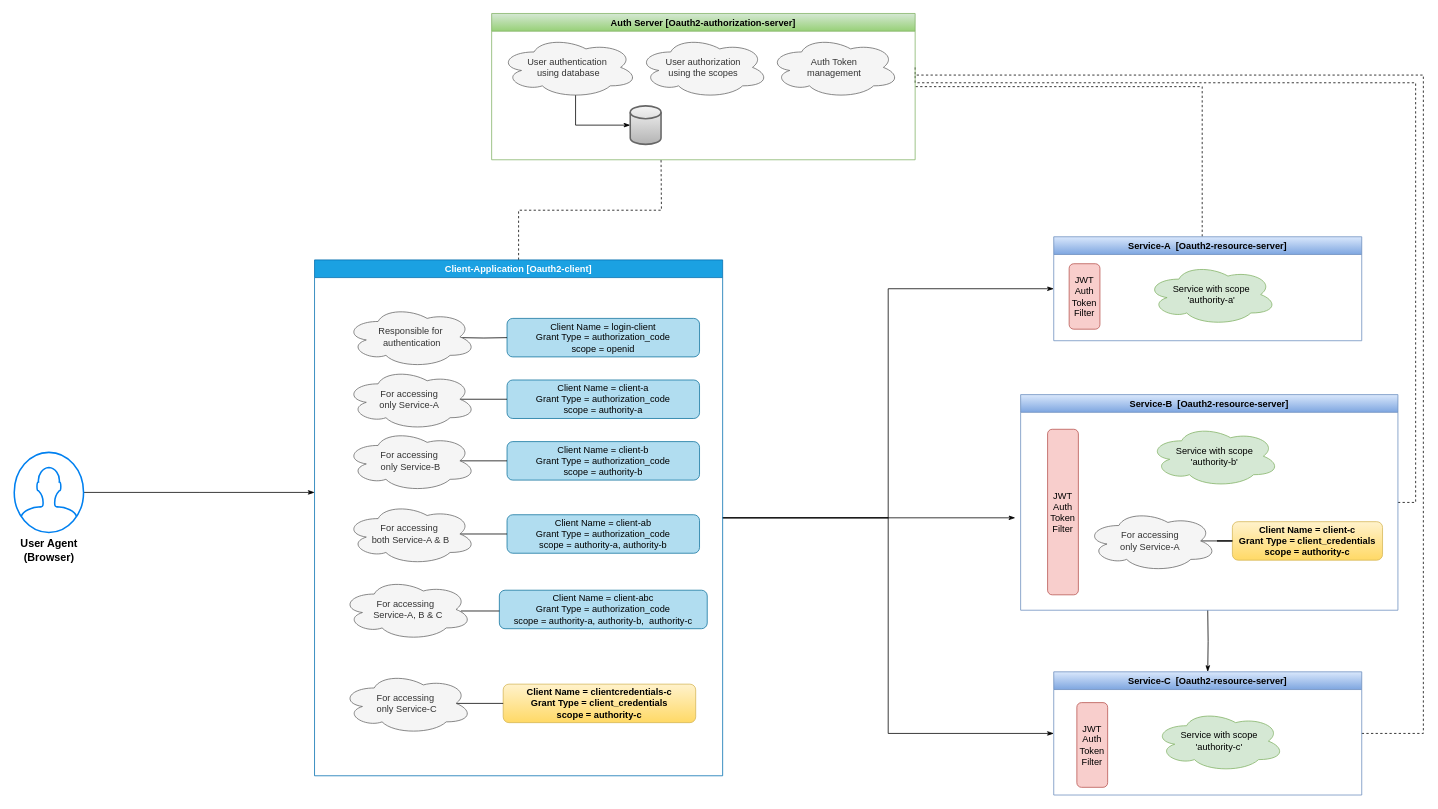
HimanshubhusanRath/microservices_architecture keeps this draw.io diagram as micro-oauth-security-patterns/Project-flow.drawio. Above is the earlier version. Source tidied: cells renumbered, new cells numbered last; positions are measured from the earlier drawing's top-left corner, leaving out a move shared by most shapes. Both pictures are drawn from the tidied source at 77%, with x=0, y=0 at pixel (14, 13).
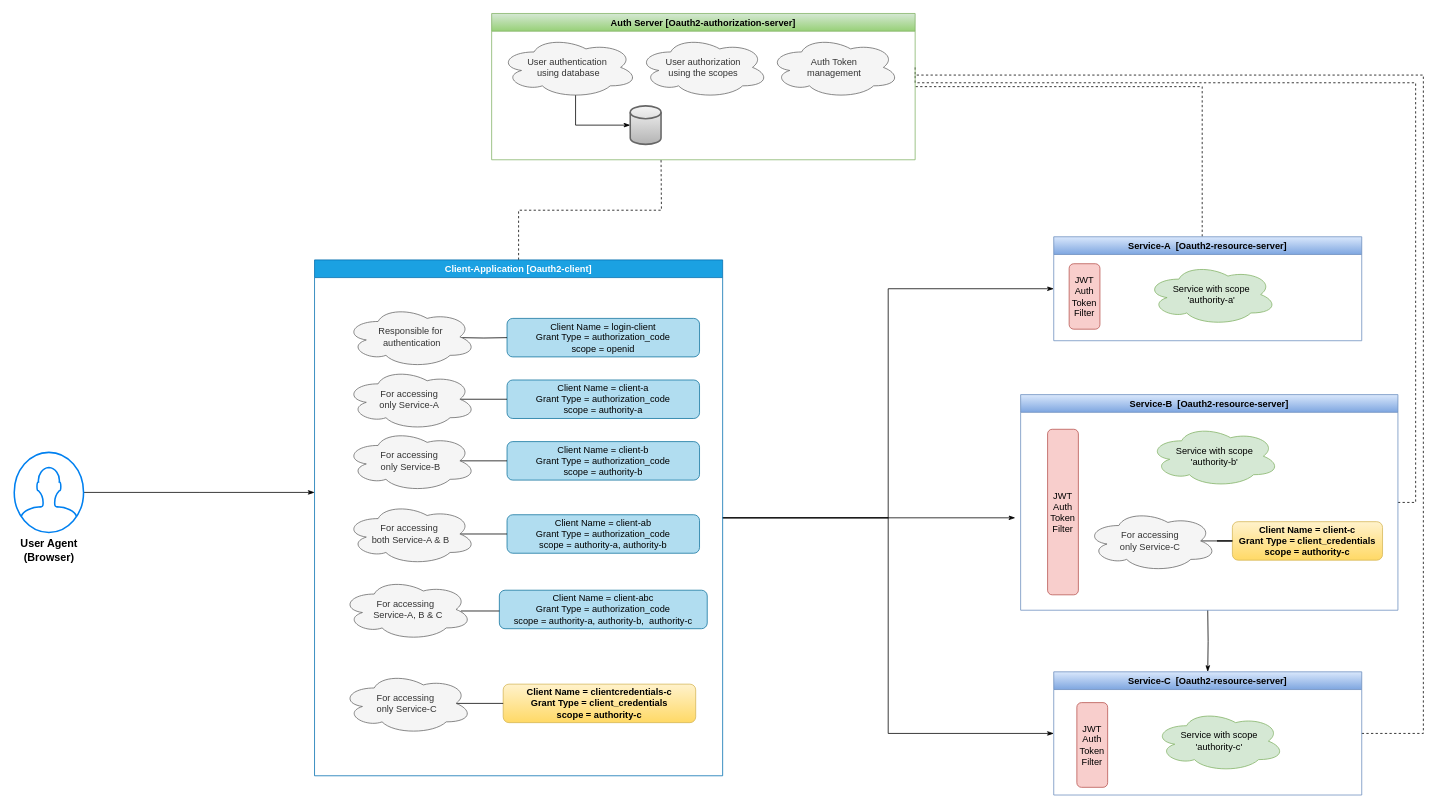
The same page after the edit.

Unchanged cells that the change refers to:
```xml
<mxCell id="8" value="Service-B  [Oauth2-resource-server]" style="swimlane;fillColor=#dae8fc;gradientColor=#7ea6e0;strokeColor=#6c8ebf;" parent="1" vertex="1">
  <mxGeometry x="1307" y="495" width="490" height="280" as="geometry" />
</mxCell>
```

Diff of the diagram source:
```diff
@@
-    <mxCell id="13" value="For accessing&amp;nbsp;&lt;br&gt;only Service-A&amp;nbsp;" style="ellipse;shape=cloud;whiteSpace=wrap;html=1;fillColor=#f5f5f5;fontColor=#333333;strokeColor=#666666;" parent="8" vertex="1">
+    <mxCell id="13" value="For accessing&amp;nbsp;&lt;br&gt;only Service-C&amp;nbsp;" style="ellipse;shape=cloud;whiteSpace=wrap;html=1;fillColor=#f5f5f5;fontColor=#333333;strokeColor=#666666;" parent="8" vertex="1">
       <mxGeometry x="85" y="150" width="170" height="80" as="geometry" />
     </mxCell>
```
